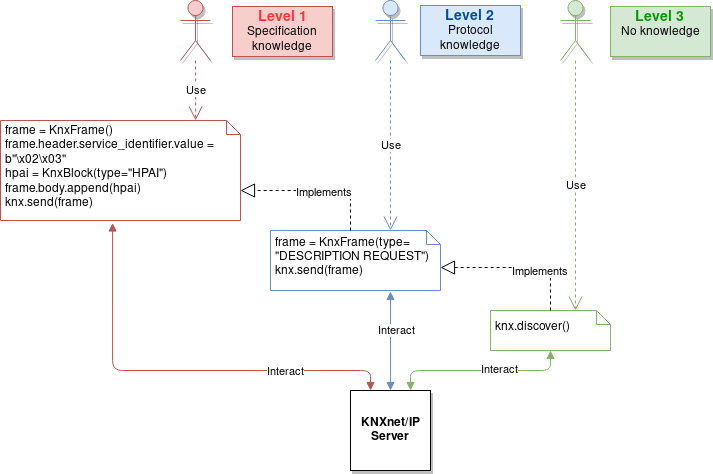
Earlier version of the draw.io export docs/man/images/bof_levels.png (Orange-Cyberdefense/bof). Source tidied: cells renumbered, new cells last; positions are measured from the earlier drawing's top-left corner, leaving out a move shared by most shapes.
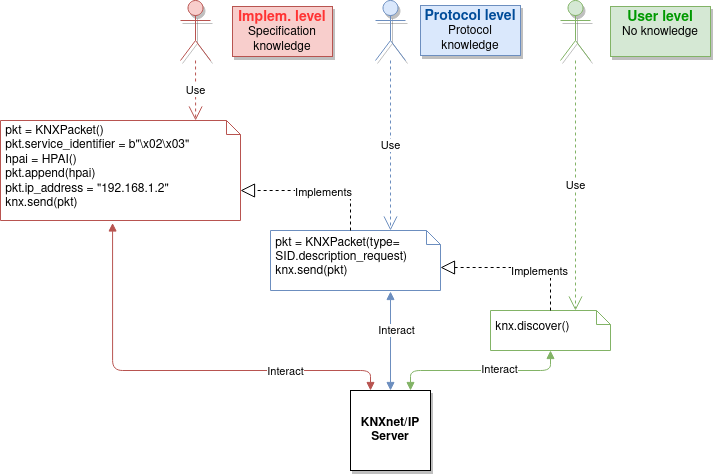
The same diagram one commit later.

Commit message:
docs(bof): User documentation

Diff of the diagram source:
```diff
@@ -18,7 +18,7 @@
     <mxCell id="5" value="Implements" style="edgeLabel;html=1;align=center;verticalAlign=middle;" parent="4" vertex="1">
       <mxGeometry x="-0.48" y="12" relative="1" as="geometry" />
     </mxCell>
-    <mxCell id="6" value="&lt;div&gt;&amp;nbsp;frame = KnxFrame(type=&lt;/div&gt;&lt;div&gt;&amp;nbsp;&quot;DESCRIPTION REQUEST&quot;)&lt;/div&gt;&lt;div&gt;&amp;nbsp;knx.send(frame)&lt;/div&gt;" style="shape=note;whiteSpace=wrap;html=1;size=14;verticalAlign=middle;align=left;spacingTop=-6;fillColor=none;strokeColor=#6c8ebf;" parent="1" vertex="1">
+    <mxCell id="6" value="&lt;div&gt;&amp;nbsp;pkt = KNXPacket(type=&lt;/div&gt;&lt;div&gt;&amp;nbsp;SID.description_request)&lt;/div&gt;&lt;div&gt;&amp;nbsp;knx.send(pkt)&lt;/div&gt;" style="shape=note;whiteSpace=wrap;html=1;size=14;verticalAlign=middle;align=left;spacingTop=-6;fillColor=none;strokeColor=#6c8ebf;" parent="1" vertex="1">
       <mxGeometry x="270" y="230" width="170" height="60" as="geometry" />
     </mxCell>
     <mxCell id="7" style="endArrow=block;dashed=1;endFill=0;endSize=12;html=1;edgeStyle=orthogonalEdgeStyle;exitX=0.5;exitY=0;exitDx=0;exitDy=0;exitPerimeter=0;" parent="1" edge="1">
@@ -33,7 +33,7 @@
     <mxCell id="8" value="Implements" style="edgeLabel;html=1;align=center;verticalAlign=middle;" parent="7" vertex="1">
       <mxGeometry x="-0.09" y="1" relative="1" as="geometry" />
     </mxCell>
-    <mxCell id="9" value="&lt;div&gt;&amp;nbsp;frame = KnxFrame()&lt;/div&gt;&lt;div&gt;&amp;nbsp;frame.header.service_identifier.value = &lt;br&gt;&lt;/div&gt;&lt;div&gt;&amp;nbsp;b&quot;\x02\x03&quot;&lt;/div&gt;&lt;div&gt;&amp;nbsp;hpai = KnxBlock(type=&quot;HPAI&quot;)&lt;/div&gt;&lt;div&gt;&amp;nbsp;frame.body.append(hpai)&lt;br&gt;&lt;/div&gt;&lt;div&gt;&amp;nbsp;knx.send(frame)&lt;/div&gt;" style="shape=note;whiteSpace=wrap;html=1;size=14;verticalAlign=middle;align=left;spacingTop=-6;fillColor=none;strokeColor=#b85450;" parent="1" vertex="1">
+    <mxCell id="9" value="&lt;div&gt;&amp;nbsp;pkt = KNXPacket()&lt;/div&gt;&lt;div&gt;&amp;nbsp;pkt.service_identifier = b&quot;\x02\x03&quot;&lt;/div&gt;&lt;div&gt;&amp;nbsp;hpai = HPAI()&lt;/div&gt;&amp;nbsp;pkt.append(hpai)&lt;br&gt;&lt;div&gt;&lt;div&gt;&amp;nbsp;pkt.ip_address = &quot;192.168.1.2&quot;&lt;br&gt;&lt;/div&gt;&amp;nbsp;knx.send(pkt)&lt;/div&gt;" style="shape=note;whiteSpace=wrap;html=1;size=14;verticalAlign=middle;align=left;spacingTop=-6;fillColor=none;strokeColor=#b85450;" parent="1" vertex="1">
       <mxGeometry y="120" width="240" height="100" as="geometry" />
     </mxCell>
     <mxCell id="10" style="shape=umlActor;verticalLabelPosition=bottom;labelBackgroundColor=#ffffff;verticalAlign=top;html=1;shadow=1;align=center;fillColor=#f8cecc;strokeColor=#b85450;" parent="1" vertex="1">
@@ -58,13 +58,13 @@
         <mxPoint x="575" y="310" as="targetPoint" />
       </mxGeometry>
     </mxCell>
-    <mxCell id="16" value="&lt;div&gt;&lt;font size=&quot;1&quot; color=&quot;#FF3333&quot;&gt;&lt;b style=&quot;font-size: 14px&quot;&gt;Level 1&lt;/b&gt;&lt;/font&gt;&lt;/div&gt;&lt;div&gt;Specification knowledge&lt;br&gt;&lt;/div&gt;" style="rounded=0;whiteSpace=wrap;html=1;shadow=1;align=center;fillColor=#f8cecc;strokeColor=#b85450;" parent="1" vertex="1">
+    <mxCell id="16" value="&lt;div&gt;&lt;font size=&quot;1&quot; color=&quot;#FF3333&quot;&gt;&lt;b style=&quot;font-size: 14px&quot;&gt;Implem. level&lt;br&gt;&lt;/b&gt;&lt;/font&gt;&lt;/div&gt;&lt;div&gt;Specification knowledge&lt;br&gt;&lt;/div&gt;" style="rounded=0;whiteSpace=wrap;html=1;shadow=1;align=center;fillColor=#f8cecc;strokeColor=#b85450;" parent="1" vertex="1">
       <mxGeometry x="232" y="6" width="100" height="50" as="geometry" />
     </mxCell>
-    <mxCell id="17" value="&lt;div&gt;&lt;font size=&quot;1&quot; color=&quot;#7EA6E0&quot;&gt;&lt;b style=&quot;font-size: 14px&quot;&gt;&lt;font color=&quot;#004C99&quot;&gt;Level 2&lt;/font&gt;&lt;br&gt;&lt;/b&gt;&lt;/font&gt;&lt;/div&gt;&lt;div&gt;Protocol knowledge&lt;br&gt;&lt;/div&gt;" style="rounded=0;whiteSpace=wrap;html=1;shadow=1;align=center;fillColor=#dae8fc;strokeColor=#6c8ebf;" parent="1" vertex="1">
+    <mxCell id="17" value="&lt;div&gt;&lt;font size=&quot;1&quot; color=&quot;#7EA6E0&quot;&gt;&lt;b style=&quot;font-size: 14px&quot;&gt;&lt;font color=&quot;#004C99&quot;&gt;Protocol level&lt;/font&gt;&lt;br&gt;&lt;/b&gt;&lt;/font&gt;&lt;/div&gt;&lt;div&gt;Protocol knowledge&lt;br&gt;&lt;/div&gt;" style="rounded=0;whiteSpace=wrap;html=1;shadow=1;align=center;fillColor=#dae8fc;strokeColor=#6c8ebf;" parent="1" vertex="1">
       <mxGeometry x="420" y="5" width="100" height="50" as="geometry" />
     </mxCell>
-    <mxCell id="18" value="&lt;div&gt;&lt;font size=&quot;1&quot; color=&quot;#EA6B66&quot;&gt;&lt;b style=&quot;font-size: 14px&quot;&gt;&lt;font color=&quot;#009900&quot;&gt;Level 3&lt;/font&gt;&lt;br&gt;&lt;/b&gt;&lt;/font&gt;&lt;/div&gt;&lt;div&gt;No knowledge&lt;/div&gt;&lt;div&gt;&lt;br&gt;&lt;/div&gt;" style="rounded=0;whiteSpace=wrap;html=1;shadow=1;align=center;fillColor=#d5e8d4;strokeColor=#82b366;" parent="1" vertex="1">
+    <mxCell id="18" value="&lt;div&gt;&lt;font size=&quot;1&quot; color=&quot;#EA6B66&quot;&gt;&lt;b style=&quot;font-size: 14px&quot;&gt;&lt;font color=&quot;#009900&quot;&gt;User level&lt;/font&gt;&lt;br&gt;&lt;/b&gt;&lt;/font&gt;&lt;/div&gt;&lt;div&gt;No knowledge&lt;/div&gt;&lt;div&gt;&lt;br&gt;&lt;/div&gt;" style="rounded=0;whiteSpace=wrap;html=1;shadow=1;align=center;fillColor=#d5e8d4;strokeColor=#82b366;" parent="1" vertex="1">
       <mxGeometry x="610" y="6" width="100" height="50" as="geometry" />
     </mxCell>
     <mxCell id="19" style="endArrow=block;html=1;exitX=0.467;exitY=1.025;exitDx=0;exitDy=0;exitPerimeter=0;entryX=0.25;entryY=0;entryDx=0;entryDy=0;edgeStyle=orthogonalEdgeStyle;startArrow=block;startFill=1;endFill=1;fillColor=#f8cecc;strokeColor=#b85450;" parent="1" edge="1" source="9" target="3">
```
